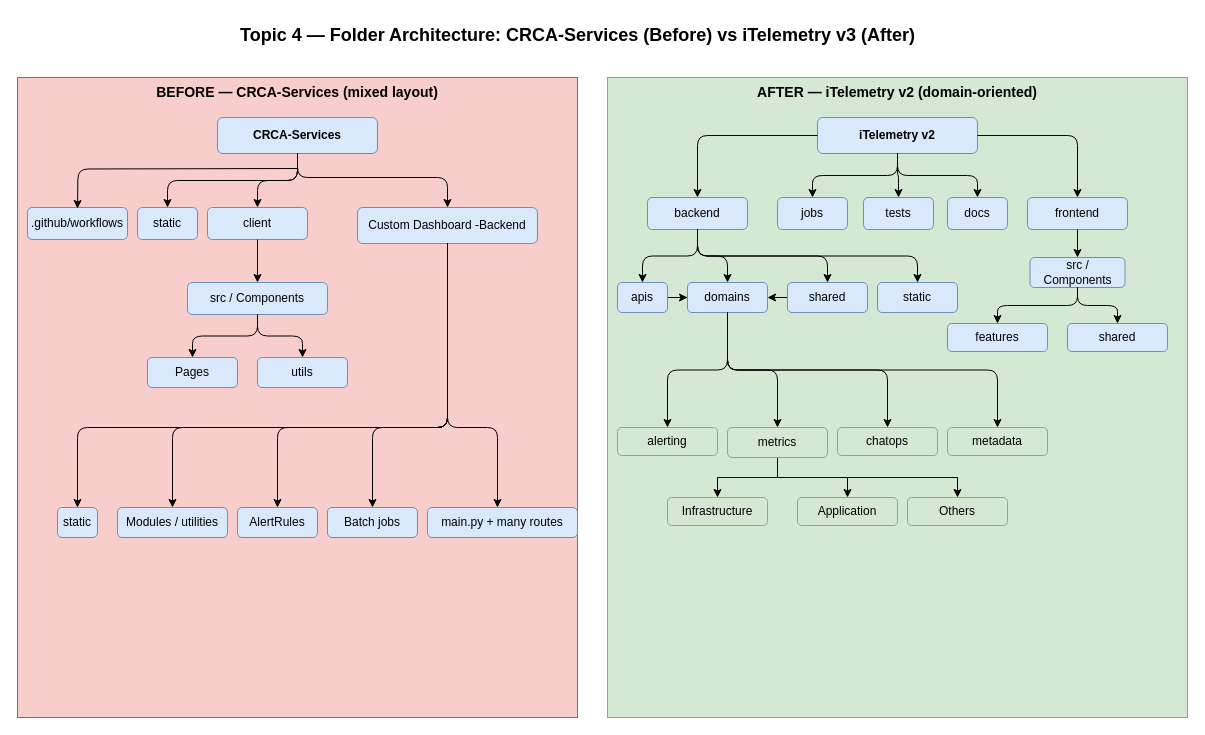
The draw.io diagram page "4 - Folder Architecture" (4 of 4) of docs/new-vs-old-architecture.drawio in situnpanda/codetest, before the edit. Source tidied: cells renumbered, new cells numbered last; positions are measured from the earlier drawing's top-left corner, leaving out a move shared by most shapes. Both pictures are drawn from the tidied source at 100%, with x=0, y=0 at pixel (17, 17).
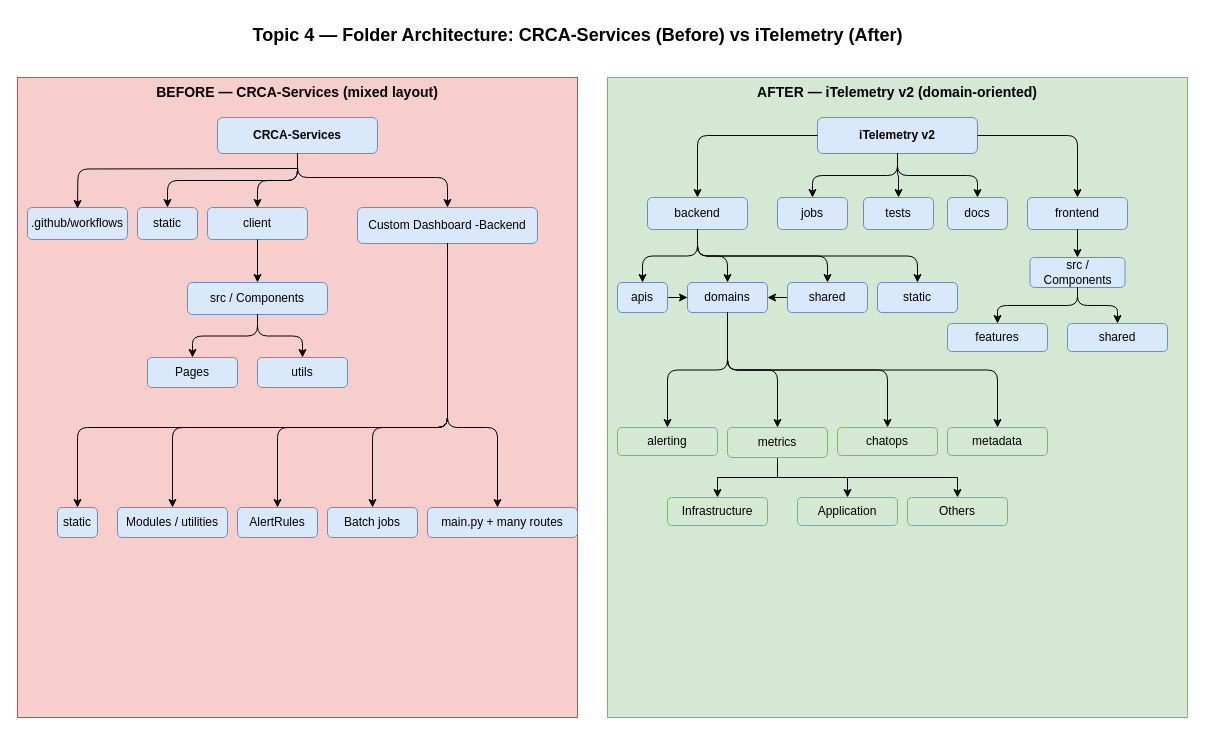
After the change.

The edit, as a diff of the source:
```diff
@@
-    <mxCell id="2" value="Topic 4 — Folder Architecture: CRCA-Services (Before) vs iTelemetry v3 (After)" style="text;html=1;fontSize=18;fontStyle=1;align=center;verticalAlign=middle;" parent="1" vertex="1">
+    <mxCell id="2" value="Topic 4 — Folder Architecture: CRCA-Services (Before) vs iTelemetry (After)" style="text;html=1;fontSize=18;fontStyle=1;align=center;verticalAlign=middle;" parent="1" vertex="1">
       <mxGeometry width="1120" height="36" as="geometry" />
     </mxCell>
```
